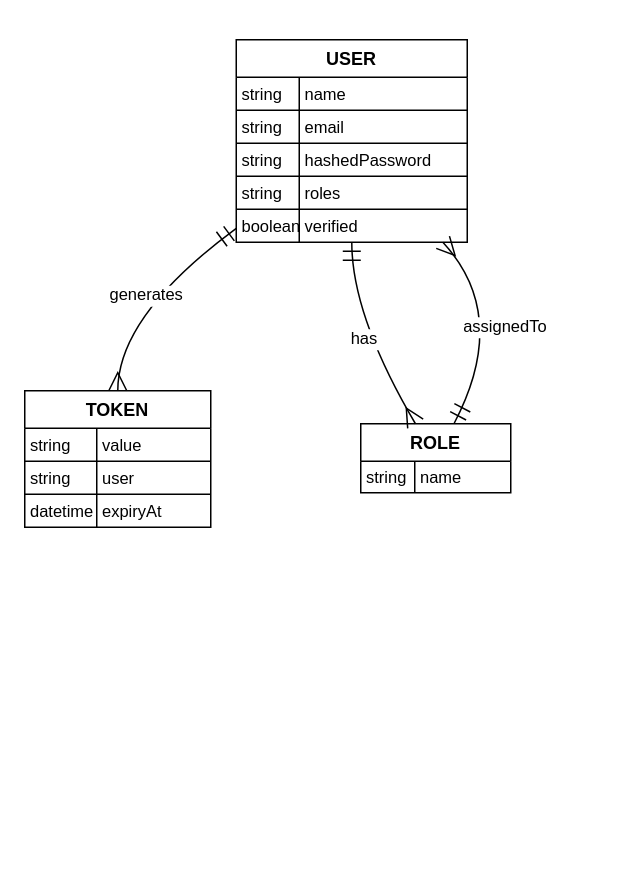
goelvinay5/WoolfProjectDocumentation keeps this draw.io diagram as SchemaDesign/UserManagement.drawio. Above is the earlier version. Source tidied: cells renumbered, new cells numbered last; positions are measured from the earlier drawing's top-left corner, leaving out a move shared by most shapes. Both pictures are drawn from the tidied source at 150%, with x=0, y=0 at pixel (24, 39).
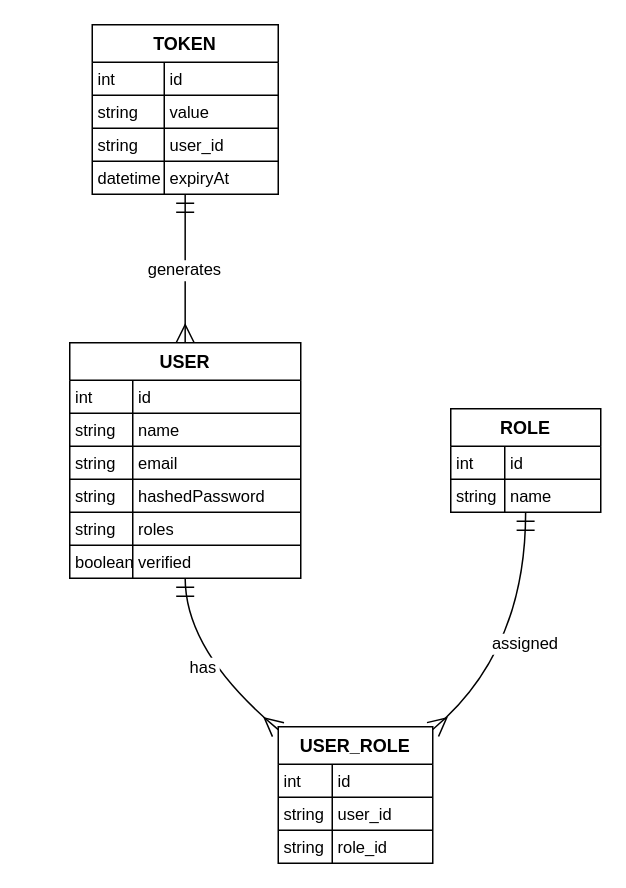
Above is the later version.

The change refers to these unchanged cells:
```xml
<mxCell id="3" style="shape=tableRow;horizontal=0;startSize=0;swimlaneHead=0;swimlaneBody=0;fillColor=none;top=0;left=0;right=0;bottom=0;" parent="2" vertex="1">
  <mxGeometry y="25" width="154" height="22" as="geometry" />
</mxCell>
<mxCell id="23" style="shape=tableRow;horizontal=0;startSize=0;swimlaneHead=0;swimlaneBody=0;fillColor=none;top=0;left=0;right=0;bottom=0;" parent="22" vertex="1">
  <mxGeometry y="25" width="124" height="22" as="geometry" />
</mxCell>
<mxCell id="29" style="shape=tableRow;horizontal=0;startSize=0;swimlaneHead=0;swimlaneBody=0;fillColor=none;top=0;left=0;right=0;bottom=0;" parent="22" vertex="1">
  <mxGeometry y="69" width="124" height="22" as="geometry" />
</mxCell>
```

Change to the diagram source:
```diff
@@
     <mxCell id="2" value="USER" style="shape=table;startSize=25;childLayout=tableLayout;rowLines=1;fontStyle=1;align=center;" parent="1" vertex="1">
-      <mxGeometry x="141" width="154" height="135" as="geometry" />
+      <mxGeometry x="30" y="202" width="154" height="157" as="geometry" />
     </mxCell>
@@
-    <mxCell id="4" value="string" style="shape=partialRectangle;fillColor=none;top=0;left=0;bottom=0;right=0;align=left;spacingLeft=2;overflow=hidden;fontSize=11;" parent="3" vertex="1">
-      <mxGeometry width="42" height="22" as="geometry" />
-    </mxCell>
+    <mxCell id="35" value="int" style="shape=partialRectangle;fillColor=none;top=0;left=0;bottom=0;right=0;align=left;spacingLeft=2;overflow=hidden;fontSize=11;" parent="3" vertex="1">
+      <mxGeometry width="42" height="22" as="geometry" />
+    </mxCell>
+    <mxCell id="36" value="id" style="shape=partialRectangle;fillColor=none;top=0;left=0;bottom=0;right=0;align=left;spacingLeft=2;overflow=hidden;fontSize=11;" parent="3" vertex="1">
+      <mxGeometry x="42" width="112" height="22" as="geometry" />
+    </mxCell>
+    <mxCell id="6" style="shape=tableRow;horizontal=0;startSize=0;swimlaneHead=0;swimlaneBody=0;fillColor=none;top=0;left=0;right=0;bottom=0;" parent="2" vertex="1">
+      <mxGeometry y="47" width="154" height="22" as="geometry" />
+    </mxCell>
+    <mxCell id="37" value="string" style="shape=partialRectangle;fillColor=none;top=0;left=0;bottom=0;right=0;align=left;spacingLeft=2;overflow=hidden;fontSize=11;" parent="6" vertex="1">
+      <mxGeometry width="42" height="22" as="geometry" />
+    </mxCell>
-    <mxCell id="5" value="name" style="shape=partialRectangle;fillColor=none;top=0;left=0;bottom=0;right=0;align=left;spacingLeft=2;overflow=hidden;fontSize=11;" parent="3" vertex="1">
+    <mxCell id="5" value="name" style="shape=partialRectangle;fillColor=none;top=0;left=0;bottom=0;right=0;align=left;spacingLeft=2;overflow=hidden;fontSize=11;" parent="6" vertex="1">
       <mxGeometry x="42" width="112" height="22" as="geometry" />
     </mxCell>
-    <mxCell id="6" style="shape=tableRow;horizontal=0;startSize=0;swimlaneHead=0;swimlaneBody=0;fillColor=none;top=0;left=0;right=0;bottom=0;" parent="2" vertex="1">
-      <mxGeometry y="47" width="154" height="22" as="geometry" />
-    </mxCell>
-    <mxCell id="7" value="string" style="shape=partialRectangle;fillColor=none;top=0;left=0;bottom=0;right=0;align=left;spacingLeft=2;overflow=hidden;fontSize=11;" parent="6" vertex="1">
-      <mxGeometry width="42" height="22" as="geometry" />
-    </mxCell>
+    <mxCell id="9" style="shape=tableRow;horizontal=0;startSize=0;swimlaneHead=0;swimlaneBody=0;fillColor=none;top=0;left=0;right=0;bottom=0;" parent="2" vertex="1">
+      <mxGeometry y="69" width="154" height="22" as="geometry" />
+    </mxCell>
+    <mxCell id="38" value="string" style="shape=partialRectangle;fillColor=none;top=0;left=0;bottom=0;right=0;align=left;spacingLeft=2;overflow=hidden;fontSize=11;" parent="9" vertex="1">
+      <mxGeometry width="42" height="22" as="geometry" />
+    </mxCell>
-    <mxCell id="8" value="email" style="shape=partialRectangle;fillColor=none;top=0;left=0;bottom=0;right=0;align=left;spacingLeft=2;overflow=hidden;fontSize=11;" parent="6" vertex="1">
+    <mxCell id="8" value="email" style="shape=partialRectangle;fillColor=none;top=0;left=0;bottom=0;right=0;align=left;spacingLeft=2;overflow=hidden;fontSize=11;" parent="9" vertex="1">
       <mxGeometry x="42" width="112" height="22" as="geometry" />
     </mxCell>
-    <mxCell id="9" style="shape=tableRow;horizontal=0;startSize=0;swimlaneHead=0;swimlaneBody=0;fillColor=none;top=0;left=0;right=0;bottom=0;" parent="2" vertex="1">
-      <mxGeometry y="69" width="154" height="22" as="geometry" />
-    </mxCell>
-    <mxCell id="10" value="string" style="shape=partialRectangle;fillColor=none;top=0;left=0;bottom=0;right=0;align=left;spacingLeft=2;overflow=hidden;fontSize=11;" parent="9" vertex="1">
-      <mxGeometry width="42" height="22" as="geometry" />
-    </mxCell>
+    <mxCell id="12" style="shape=tableRow;horizontal=0;startSize=0;swimlaneHead=0;swimlaneBody=0;fillColor=none;top=0;left=0;right=0;bottom=0;" parent="2" vertex="1">
+      <mxGeometry y="91" width="154" height="22" as="geometry" />
+    </mxCell>
+    <mxCell id="39" value="string" style="shape=partialRectangle;fillColor=none;top=0;left=0;bottom=0;right=0;align=left;spacingLeft=2;overflow=hidden;fontSize=11;" parent="12" vertex="1">
+      <mxGeometry width="42" height="22" as="geometry" />
+    </mxCell>
-    <mxCell id="11" value="hashedPassword" style="shape=partialRectangle;fillColor=none;top=0;left=0;bottom=0;right=0;align=left;spacingLeft=2;overflow=hidden;fontSize=11;" parent="9" vertex="1">
+    <mxCell id="11" value="hashedPassword" style="shape=partialRectangle;fillColor=none;top=0;left=0;bottom=0;right=0;align=left;spacingLeft=2;overflow=hidden;fontSize=11;" parent="12" vertex="1">
       <mxGeometry x="42" width="112" height="22" as="geometry" />
     </mxCell>
-    <mxCell id="12" style="shape=tableRow;horizontal=0;startSize=0;swimlaneHead=0;swimlaneBody=0;fillColor=none;top=0;left=0;right=0;bottom=0;" parent="2" vertex="1">
-      <mxGeometry y="91" width="154" height="22" as="geometry" />
-    </mxCell>
-    <mxCell id="13" value="string" style="shape=partialRectangle;fillColor=none;top=0;left=0;bottom=0;right=0;align=left;spacingLeft=2;overflow=hidden;fontSize=11;" parent="12" vertex="1">
-      <mxGeometry width="42" height="22" as="geometry" />
-    </mxCell>
+    <mxCell id="15" style="shape=tableRow;horizontal=0;startSize=0;swimlaneHead=0;swimlaneBody=0;fillColor=none;top=0;left=0;right=0;bottom=0;" parent="2" vertex="1">
+      <mxGeometry y="113" width="154" height="22" as="geometry" />
+    </mxCell>
+    <mxCell id="40" value="string" style="shape=partialRectangle;fillColor=none;top=0;left=0;bottom=0;right=0;align=left;spacingLeft=2;overflow=hidden;fontSize=11;" parent="15" vertex="1">
+      <mxGeometry width="42" height="22" as="geometry" />
+    </mxCell>
-    <mxCell id="14" value="roles" style="shape=partialRectangle;fillColor=none;top=0;left=0;bottom=0;right=0;align=left;spacingLeft=2;overflow=hidden;fontSize=11;" parent="12" vertex="1">
+    <mxCell id="14" value="roles" style="shape=partialRectangle;fillColor=none;top=0;left=0;bottom=0;right=0;align=left;spacingLeft=2;overflow=hidden;fontSize=11;" parent="15" vertex="1">
       <mxGeometry x="42" width="112" height="22" as="geometry" />
     </mxCell>
-    <mxCell id="15" style="shape=tableRow;horizontal=0;startSize=0;swimlaneHead=0;swimlaneBody=0;fillColor=none;top=0;left=0;right=0;bottom=0;" parent="2" vertex="1">
-      <mxGeometry y="113" width="154" height="22" as="geometry" />
-    </mxCell>
+    <mxCell id="41" style="shape=tableRow;horizontal=0;startSize=0;swimlaneHead=0;swimlaneBody=0;fillColor=none;top=0;left=0;right=0;bottom=0;" parent="2" vertex="1">
+      <mxGeometry y="135" width="154" height="22" as="geometry" />
+    </mxCell>
-    <mxCell id="16" value="boolean" style="shape=partialRectangle;fillColor=none;top=0;left=0;bottom=0;right=0;align=left;spacingLeft=2;overflow=hidden;fontSize=11;" parent="15" vertex="1">
+    <mxCell id="16" value="boolean" style="shape=partialRectangle;fillColor=none;top=0;left=0;bottom=0;right=0;align=left;spacingLeft=2;overflow=hidden;fontSize=11;" parent="41" vertex="1">
       <mxGeometry width="42" height="22" as="geometry" />
     </mxCell>
-    <mxCell id="17" value="verified" style="shape=partialRectangle;fillColor=none;top=0;left=0;bottom=0;right=0;align=left;spacingLeft=2;overflow=hidden;fontSize=11;" parent="15" vertex="1">
+    <mxCell id="17" value="verified" style="shape=partialRectangle;fillColor=none;top=0;left=0;bottom=0;right=0;align=left;spacingLeft=2;overflow=hidden;fontSize=11;" parent="41" vertex="1">
       <mxGeometry x="42" width="112" height="22" as="geometry" />
     </mxCell>
+    <mxCell id="42" value="USER_ROLE" style="shape=table;startSize=25;childLayout=tableLayout;rowLines=1;fontStyle=1;align=center;" parent="1" vertex="1">
+      <mxGeometry x="169" y="458" width="103" height="91" as="geometry" />
+    </mxCell>
+    <mxCell id="43" style="shape=tableRow;horizontal=0;startSize=0;swimlaneHead=0;swimlaneBody=0;fillColor=none;top=0;left=0;right=0;bottom=0;" parent="42" vertex="1">
+      <mxGeometry y="25" width="103" height="22" as="geometry" />
+    </mxCell>
+    <mxCell id="44" value="int" style="shape=partialRectangle;fillColor=none;top=0;left=0;bottom=0;right=0;align=left;spacingLeft=2;overflow=hidden;fontSize=11;" parent="43" vertex="1">
+      <mxGeometry width="36" height="22" as="geometry" />
+    </mxCell>
+    <mxCell id="45" value="id" style="shape=partialRectangle;fillColor=none;top=0;left=0;bottom=0;right=0;align=left;spacingLeft=2;overflow=hidden;fontSize=11;" parent="43" vertex="1">
+      <mxGeometry x="36" width="67" height="22" as="geometry" />
+    </mxCell>
+    <mxCell id="46" style="shape=tableRow;horizontal=0;startSize=0;swimlaneHead=0;swimlaneBody=0;fillColor=none;top=0;left=0;right=0;bottom=0;" parent="42" vertex="1">
+      <mxGeometry y="47" width="103" height="22" as="geometry" />
+    </mxCell>
+    <mxCell id="47" value="string" style="shape=partialRectangle;fillColor=none;top=0;left=0;bottom=0;right=0;align=left;spacingLeft=2;overflow=hidden;fontSize=11;" parent="46" vertex="1">
+      <mxGeometry width="36" height="22" as="geometry" />
+    </mxCell>
+    <mxCell id="48" value="user_id" style="shape=partialRectangle;fillColor=none;top=0;left=0;bottom=0;right=0;align=left;spacingLeft=2;overflow=hidden;fontSize=11;" parent="46" vertex="1">
+      <mxGeometry x="36" width="67" height="22" as="geometry" />
+    </mxCell>
+    <mxCell id="49" style="shape=tableRow;horizontal=0;startSize=0;swimlaneHead=0;swimlaneBody=0;fillColor=none;top=0;left=0;right=0;bottom=0;" parent="42" vertex="1">
+      <mxGeometry y="69" width="103" height="22" as="geometry" />
+    </mxCell>
+    <mxCell id="50" value="string" style="shape=partialRectangle;fillColor=none;top=0;left=0;bottom=0;right=0;align=left;spacingLeft=2;overflow=hidden;fontSize=11;" parent="49" vertex="1">
+      <mxGeometry width="36" height="22" as="geometry" />
+    </mxCell>
+    <mxCell id="51" value="role_id" style="shape=partialRectangle;fillColor=none;top=0;left=0;bottom=0;right=0;align=left;spacingLeft=2;overflow=hidden;fontSize=11;" parent="49" vertex="1">
+      <mxGeometry x="36" width="67" height="22" as="geometry" />
+    </mxCell>
     <mxCell id="18" value="ROLE" style="shape=table;startSize=25;childLayout=tableLayout;rowLines=1;fontStyle=1;align=center;" parent="1" vertex="1">
-      <mxGeometry x="224" y="256" width="100" height="46" as="geometry" />
+      <mxGeometry x="284" y="246" width="100" height="69" as="geometry" />
     </mxCell>
-    <mxCell id="19" style="shape=tableRow;horizontal=0;startSize=0;swimlaneHead=0;swimlaneBody=0;fillColor=none;top=0;left=0;right=0;bottom=0;" parent="18" vertex="1">
-      <mxGeometry y="25" width="100" height="21" as="geometry" />
-    </mxCell>
-    <mxCell id="20" value="string" style="shape=partialRectangle;fillColor=none;top=0;left=0;bottom=0;right=0;align=left;spacingLeft=2;overflow=hidden;fontSize=11;" parent="19" vertex="1">
-      <mxGeometry width="36" height="21" as="geometry" />
-    </mxCell>
+    <mxCell id="52" style="shape=tableRow;horizontal=0;startSize=0;swimlaneHead=0;swimlaneBody=0;fillColor=none;top=0;left=0;right=0;bottom=0;" parent="18" vertex="1">
+      <mxGeometry y="25" width="100" height="22" as="geometry" />
+    </mxCell>
+    <mxCell id="53" value="int" style="shape=partialRectangle;fillColor=none;top=0;left=0;bottom=0;right=0;align=left;spacingLeft=2;overflow=hidden;fontSize=11;" parent="52" vertex="1">
+      <mxGeometry width="36" height="22" as="geometry" />
+    </mxCell>
+    <mxCell id="54" value="id" style="shape=partialRectangle;fillColor=none;top=0;left=0;bottom=0;right=0;align=left;spacingLeft=2;overflow=hidden;fontSize=11;" parent="52" vertex="1">
+      <mxGeometry x="36" width="64" height="22" as="geometry" />
+    </mxCell>
+    <mxCell id="55" style="shape=tableRow;horizontal=0;startSize=0;swimlaneHead=0;swimlaneBody=0;fillColor=none;top=0;left=0;right=0;bottom=0;" parent="18" vertex="1">
+      <mxGeometry y="47" width="100" height="22" as="geometry" />
+    </mxCell>
+    <mxCell id="56" value="string" style="shape=partialRectangle;fillColor=none;top=0;left=0;bottom=0;right=0;align=left;spacingLeft=2;overflow=hidden;fontSize=11;" parent="55" vertex="1">
+      <mxGeometry width="36" height="22" as="geometry" />
+    </mxCell>
-    <mxCell id="21" value="name" style="shape=partialRectangle;fillColor=none;top=0;left=0;bottom=0;right=0;align=left;spacingLeft=2;overflow=hidden;fontSize=11;" parent="19" vertex="1">
-      <mxGeometry x="36" width="64" height="21" as="geometry" />
+    <mxCell id="21" value="name" style="shape=partialRectangle;fillColor=none;top=0;left=0;bottom=0;right=0;align=left;spacingLeft=2;overflow=hidden;fontSize=11;" parent="55" vertex="1">
+      <mxGeometry x="36" width="64" height="22" as="geometry" />
     </mxCell>
     <mxCell id="22" value="TOKEN" style="shape=table;startSize=25;childLayout=tableLayout;rowLines=1;fontStyle=1;align=center;" parent="1" vertex="1">
-      <mxGeometry y="234" width="124" height="91" as="geometry" />
+      <mxGeometry x="45" y="-10" width="124" height="113" as="geometry" />
     </mxCell>
@@
-    <mxCell id="24" value="string" style="shape=partialRectangle;fillColor=none;top=0;left=0;bottom=0;right=0;align=left;spacingLeft=2;overflow=hidden;fontSize=11;" parent="23" vertex="1">
-      <mxGeometry width="48" height="22" as="geometry" />
-    </mxCell>
+    <mxCell id="57" value="int" style="shape=partialRectangle;fillColor=none;top=0;left=0;bottom=0;right=0;align=left;spacingLeft=2;overflow=hidden;fontSize=11;" parent="23" vertex="1">
+      <mxGeometry width="48" height="22" as="geometry" />
+    </mxCell>
+    <mxCell id="58" value="id" style="shape=partialRectangle;fillColor=none;top=0;left=0;bottom=0;right=0;align=left;spacingLeft=2;overflow=hidden;fontSize=11;" parent="23" vertex="1">
+      <mxGeometry x="48" width="76" height="22" as="geometry" />
+    </mxCell>
+    <mxCell id="26" style="shape=tableRow;horizontal=0;startSize=0;swimlaneHead=0;swimlaneBody=0;fillColor=none;top=0;left=0;right=0;bottom=0;" parent="22" vertex="1">
+      <mxGeometry y="47" width="124" height="22" as="geometry" />
+    </mxCell>
+    <mxCell id="59" value="string" style="shape=partialRectangle;fillColor=none;top=0;left=0;bottom=0;right=0;align=left;spacingLeft=2;overflow=hidden;fontSize=11;" parent="26" vertex="1">
+      <mxGeometry width="48" height="22" as="geometry" />
+    </mxCell>
-    <mxCell id="25" value="value" style="shape=partialRectangle;fillColor=none;top=0;left=0;bottom=0;right=0;align=left;spacingLeft=2;overflow=hidden;fontSize=11;" parent="23" vertex="1">
+    <mxCell id="25" value="value" style="shape=partialRectangle;fillColor=none;top=0;left=0;bottom=0;right=0;align=left;spacingLeft=2;overflow=hidden;fontSize=11;" parent="26" vertex="1">
       <mxGeometry x="48" width="76" height="22" as="geometry" />
     </mxCell>
-    <mxCell id="26" style="shape=tableRow;horizontal=0;startSize=0;swimlaneHead=0;swimlaneBody=0;fillColor=none;top=0;left=0;right=0;bottom=0;" parent="22" vertex="1">
-      <mxGeometry y="47" width="124" height="22" as="geometry" />
-    </mxCell>
-    <mxCell id="27" value="string" style="shape=partialRectangle;fillColor=none;top=0;left=0;bottom=0;right=0;align=left;spacingLeft=2;overflow=hidden;fontSize=11;" parent="26" vertex="1">
-      <mxGeometry width="48" height="22" as="geometry" />
-    </mxCell>
-    <mxCell id="28" value="user" style="shape=partialRectangle;fillColor=none;top=0;left=0;bottom=0;right=0;align=left;spacingLeft=2;overflow=hidden;fontSize=11;" parent="26" vertex="1">
-      <mxGeometry x="48" width="76" height="22" as="geometry" />
-    </mxCell>
@@
+    <mxCell id="60" value="string" style="shape=partialRectangle;fillColor=none;top=0;left=0;bottom=0;right=0;align=left;spacingLeft=2;overflow=hidden;fontSize=11;" parent="29" vertex="1">
+      <mxGeometry width="48" height="22" as="geometry" />
+    </mxCell>
+    <mxCell id="61" value="user_id" style="shape=partialRectangle;fillColor=none;top=0;left=0;bottom=0;right=0;align=left;spacingLeft=2;overflow=hidden;fontSize=11;" parent="29" vertex="1">
+      <mxGeometry x="48" width="76" height="22" as="geometry" />
+    </mxCell>
+    <mxCell id="62" style="shape=tableRow;horizontal=0;startSize=0;swimlaneHead=0;swimlaneBody=0;fillColor=none;top=0;left=0;right=0;bottom=0;" parent="22" vertex="1">
+      <mxGeometry y="91" width="124" height="22" as="geometry" />
+    </mxCell>
-    <mxCell id="30" value="datetime" style="shape=partialRectangle;fillColor=none;top=0;left=0;bottom=0;right=0;align=left;spacingLeft=2;overflow=hidden;fontSize=11;" parent="29" vertex="1">
+    <mxCell id="30" value="datetime" style="shape=partialRectangle;fillColor=none;top=0;left=0;bottom=0;right=0;align=left;spacingLeft=2;overflow=hidden;fontSize=11;" parent="62" vertex="1">
       <mxGeometry width="48" height="22" as="geometry" />
     </mxCell>
-    <mxCell id="31" value="expiryAt" style="shape=partialRectangle;fillColor=none;top=0;left=0;bottom=0;right=0;align=left;spacingLeft=2;overflow=hidden;fontSize=11;" parent="29" vertex="1">
+    <mxCell id="31" value="expiryAt" style="shape=partialRectangle;fillColor=none;top=0;left=0;bottom=0;right=0;align=left;spacingLeft=2;overflow=hidden;fontSize=11;" parent="62" vertex="1">
       <mxGeometry x="48" width="76" height="22" as="geometry" />
     </mxCell>
+    <mxCell id="33" value="has" style="curved=1;startArrow=ERmandOne;startSize=10;endArrow=ERmany;endSize=10;exitX=0.4997027013208959;exitY=1;entryX=0.0003335823133153823;entryY=0.021909282601960615;rounded=0;" parent="1" edge="1" source="2" target="42">
+      <mxGeometry relative="1" as="geometry">
+        <Array as="points">
+          <mxPoint x="107" y="408" />
+        </Array>
+      </mxGeometry>
+    </mxCell>
+    <mxCell id="63" value="assigned" style="curved=1;startArrow=ERmandOne;startSize=10;endArrow=ERmany;endSize=10;exitX=0.4990843200683594;exitY=1;entryX=0.9983329032231303;entryY=0.021909282601960615;rounded=0;" parent="1" edge="1" source="18" target="42">
+      <mxGeometry relative="1" as="geometry">
+        <Array as="points">
+          <mxPoint x="334" y="408" />
+        </Array>
+      </mxGeometry>
+    </mxCell>
-    <mxCell id="32" value="generates" style="curved=1;startArrow=ERmandOne;startSize=10;endArrow=ERmany;endSize=10;exitX=0.0004517939183619115;exitY=0.9306919999453839;entryX=0.5001279154131489;entryY=0;rounded=0;" parent="1" edge="1" source="2" target="22">
-      <mxGeometry relative="1" as="geometry">
-        <Array as="points">
-          <mxPoint x="62" y="184" />
-        </Array>
-      </mxGeometry>
+    <mxCell id="32" value="generates" style="curved=1;startArrow=ERmandOne;startSize=10;endArrow=ERmany;endSize=10;exitX=0.49963077422111263;exitY=1;entryX=0.4997027013208959;entryY=0;rounded=0;" parent="1" edge="1" source="22" target="2">
+      <mxGeometry relative="1" as="geometry" />
     </mxCell>
-    <mxCell id="33" value="has" style="curved=1;startArrow=ERmandOne;startSize=10;endArrow=ERmany;endSize=10;exitX=0.5001544952392578;exitY=1;entryX=0.36471908207943554;entryY=0;rounded=0;" parent="1" edge="1" source="2" target="18">
-      <mxGeometry relative="1" as="geometry">
-        <Array as="points">
-          <mxPoint x="218" y="184" />
-        </Array>
-      </mxGeometry>
-    </mxCell>
-    <mxCell id="34" value="assignedTo" style="curved=1;startArrow=ERmandOne;startSize=10;endArrow=ERmany;endSize=10;exitX=0.6213698618035568;exitY=0;entryX=0.8943453799448979;entryY=1;rounded=0;" parent="1" edge="1" source="18" target="2">
-      <mxGeometry relative="1" as="geometry">
-        <Array as="points">
-          <mxPoint x="324" y="184" />
-        </Array>
-      </mxGeometry>
-    </mxCell>
```
